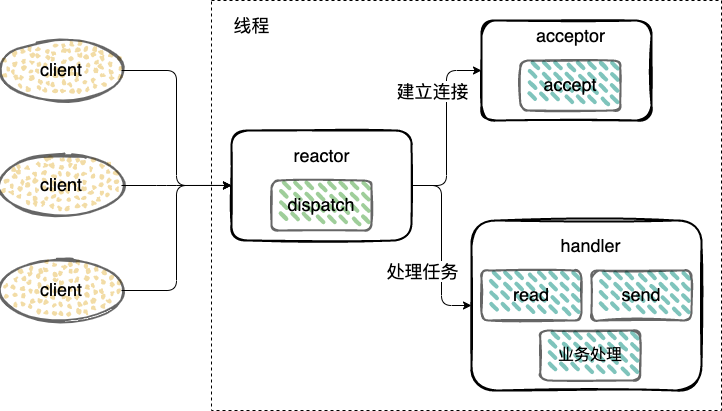
Earlier version of the draw.io export img/redis/redis-reactor-1.png (boilingfrog/Go-POINT). Source tidied: cells renumbered, new cells last; positions are measured from the earlier drawing's top-left corner, leaving out a move shared by most shapes.
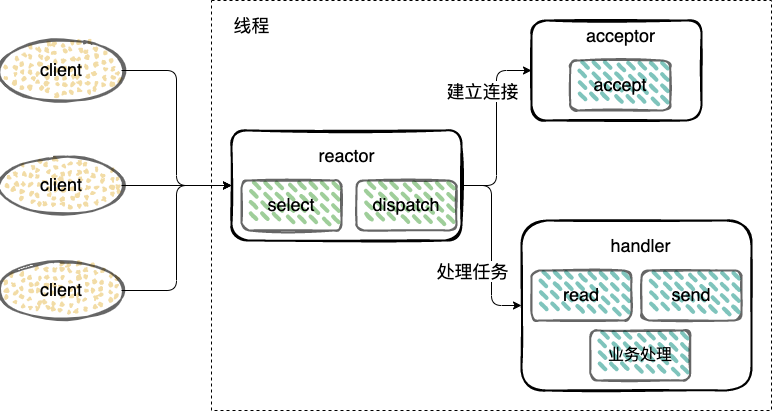
Above is the later version.

Commit message:
feat:redis 中的原子性

The edit, as a diff of the source:
```diff
@@ -3,23 +3,27 @@
     <mxCell id="0" />
     <mxCell id="1" parent="0" />
     <mxCell id="2" style="verticalLabelPosition=bottom;verticalAlign=top;html=1;shape=mxgraph.basic.rect;fillColor2=none;strokeWidth=1;size=20;indent=5;fillColor=none;dashed=1;" parent="1" vertex="1">
-      <mxGeometry x="210" width="510" height="410" as="geometry" />
+      <mxGeometry x="210" width="560" height="410" as="geometry" />
     </mxCell>
     <mxCell id="3" style="edgeStyle=orthogonalEdgeStyle;html=1;entryX=0;entryY=0.5;entryDx=0;entryDy=0;fontSize=18;" parent="1" edge="1" target="8">
       <mxGeometry relative="1" as="geometry">
         <mxPoint x="120" y="70" as="sourcePoint" />
       </mxGeometry>
     </mxCell>
-    <mxCell id="4" style="edgeStyle=orthogonalEdgeStyle;html=1;entryX=0;entryY=0.5;entryDx=0;entryDy=0;fontSize=18;startArrow=none;startFill=0;" parent="1" edge="1" source="8" target="16">
-      <mxGeometry relative="1" as="geometry" />
+    <mxCell id="4" style="edgeStyle=orthogonalEdgeStyle;html=1;entryX=0;entryY=0.5;entryDx=0;entryDy=0;fontSize=18;startArrow=none;startFill=0;" parent="1" edge="1" target="16">
+      <mxGeometry relative="1" as="geometry">
+        <mxPoint x="460" y="185" as="sourcePoint" />
+      </mxGeometry>
     </mxCell>
     <mxCell id="5" value="建立连接" style="edgeLabel;html=1;align=center;verticalAlign=middle;fontSize=18;" parent="4" vertex="1">
       <mxGeometry x="0.16" y="-2" relative="1" as="geometry">
         <mxPoint x="-17" y="-23" as="offset" />
       </mxGeometry>
     </mxCell>
-    <mxCell id="6" style="edgeStyle=orthogonalEdgeStyle;html=1;entryX=0;entryY=0.5;entryDx=0;entryDy=0;fontSize=18;startArrow=none;startFill=0;" parent="1" edge="1" source="8" target="17">
-      <mxGeometry relative="1" as="geometry" />
+    <mxCell id="6" style="edgeStyle=orthogonalEdgeStyle;html=1;entryX=0;entryY=0.5;entryDx=0;entryDy=0;fontSize=18;startArrow=none;startFill=0;" parent="1" edge="1" target="17">
+      <mxGeometry relative="1" as="geometry">
+        <mxPoint x="460" y="185" as="sourcePoint" />
+      </mxGeometry>
     </mxCell>
     <mxCell id="7" value="处理任务" style="edgeLabel;html=1;align=center;verticalAlign=middle;fontSize=18;" parent="6" vertex="1">
       <mxGeometry x="0.3" y="-1" relative="1" as="geometry">
@@ -27,7 +31,7 @@
       </mxGeometry>
     </mxCell>
     <mxCell id="8" style="rounded=1;whiteSpace=wrap;html=1;strokeWidth=2;fillWeight=2;hachureGap=8;hachureAngle=45;fillColor=none;sketch=1;fontSize=16;fillStyle=dots;" parent="1" vertex="1">
-      <mxGeometry x="230" y="130" width="180" height="110" as="geometry" />
+      <mxGeometry x="230" y="130" width="230" height="110" as="geometry" />
     </mxCell>
     <mxCell id="9" style="edgeStyle=orthogonalEdgeStyle;html=1;entryX=0;entryY=0.5;entryDx=0;entryDy=0;fontSize=18;" parent="1" edge="1" target="8">
       <mxGeometry relative="1" as="geometry">
@@ -37,9 +41,9 @@
     <mxCell id="10" value="&lt;font style=&quot;font-size: 18px&quot;&gt;client&lt;/font&gt;" style="ellipse;whiteSpace=wrap;html=1;strokeWidth=2;fillWeight=2;hachureGap=8;fillColor=#E9C46A;fillStyle=dots;sketch=1;fontSize=16;opacity=60;" parent="1" vertex="1">
       <mxGeometry y="40" width="120" height="60" as="geometry" />
     </mxCell>
-    <mxCell id="11" style="edgeStyle=orthogonalEdgeStyle;html=1;entryX=0.039;entryY=0.451;entryDx=0;entryDy=0;entryPerimeter=0;fontSize=18;startArrow=none;startFill=0;" parent="1" edge="1" source="12" target="2">
-      <mxGeometry relative="1" as="geometry" />
-    </mxCell>
+    <mxCell id="25" style="edgeStyle=orthogonalEdgeStyle;html=1;entryX=0;entryY=0.5;entryDx=0;entryDy=0;fontSize=18;startArrow=none;startFill=0;" parent="1" edge="1" source="12" target="8">
+      <mxGeometry relative="1" as="geometry" />
+    </mxCell>
     <mxCell id="12" value="&lt;font style=&quot;font-size: 18px&quot;&gt;client&lt;/font&gt;" style="ellipse;whiteSpace=wrap;html=1;strokeWidth=2;fillWeight=2;hachureGap=8;fillColor=#E9C46A;fillStyle=dots;sketch=1;fontSize=16;opacity=60;" parent="1" vertex="1">
       <mxGeometry y="155" width="120" height="60" as="geometry" />
     </mxCell>
@@ -47,37 +51,40 @@
       <mxGeometry y="260" width="120" height="60" as="geometry" />
     </mxCell>
     <mxCell id="14" value="&lt;font style=&quot;font-size: 18px&quot;&gt;dispatch&lt;/font&gt;" style="rounded=1;whiteSpace=wrap;html=1;fontSize=16;fillColor=#5FAD56;strokeWidth=2;fillWeight=4;hachureGap=8;fillStyle=dashed;sketch=1;hachureAngle=45;opacity=60;" parent="1" vertex="1">
-      <mxGeometry x="270" y="180" width="100" height="50" as="geometry" />
+      <mxGeometry x="355" y="180" width="100" height="50" as="geometry" />
     </mxCell>
     <mxCell id="15" value="reactor" style="text;html=1;align=center;verticalAlign=middle;strokeColor=none;fillColor=none;fontSize=18;" parent="1" vertex="1">
-      <mxGeometry x="285" y="140" width="70" height="30" as="geometry" />
+      <mxGeometry x="310" y="140" width="70" height="30" as="geometry" />
     </mxCell>
     <mxCell id="16" style="rounded=1;whiteSpace=wrap;html=1;strokeWidth=2;fillWeight=2;hachureGap=8;hachureAngle=45;fillColor=none;sketch=1;fontSize=16;fillStyle=dots;" parent="1" vertex="1">
-      <mxGeometry x="480" y="20" width="170" height="100" as="geometry" />
+      <mxGeometry x="530" y="20" width="170" height="100" as="geometry" />
     </mxCell>
     <mxCell id="17" style="rounded=1;whiteSpace=wrap;html=1;strokeWidth=2;fillWeight=2;hachureGap=8;hachureAngle=45;fillColor=none;sketch=1;fontSize=16;fillStyle=dots;" parent="1" vertex="1">
-      <mxGeometry x="470" y="220" width="230" height="170" as="geometry" />
+      <mxGeometry x="520" y="220" width="230" height="170" as="geometry" />
     </mxCell>
     <mxCell id="18" value="&lt;font style=&quot;font-size: 18px&quot;&gt;accept&lt;/font&gt;" style="rounded=1;whiteSpace=wrap;html=1;fontSize=16;fillColor=#2A9D8F;strokeWidth=2;fillWeight=4;hachureGap=8;fillStyle=dashed;sketch=1;hachureAngle=45;opacity=60;" parent="1" vertex="1">
-      <mxGeometry x="518.8" y="60" width="100" height="50" as="geometry" />
+      <mxGeometry x="568.8" y="60" width="100" height="50" as="geometry" />
     </mxCell>
     <mxCell id="19" value="acceptor" style="text;html=1;align=center;verticalAlign=middle;strokeColor=none;fillColor=none;fontSize=18;" parent="1" vertex="1">
-      <mxGeometry x="528.8" y="20" width="80" height="30" as="geometry" />
+      <mxGeometry x="578.8" y="20" width="80" height="30" as="geometry" />
     </mxCell>
     <mxCell id="20" value="handler" style="text;html=1;align=center;verticalAlign=middle;strokeColor=none;fillColor=none;fontSize=18;" parent="1" vertex="1">
-      <mxGeometry x="548.8" y="230" width="80" height="30" as="geometry" />
+      <mxGeometry x="598.8" y="230" width="80" height="30" as="geometry" />
     </mxCell>
     <mxCell id="21" value="&lt;font style=&quot;font-size: 18px&quot;&gt;read&lt;/font&gt;" style="rounded=1;whiteSpace=wrap;html=1;fontSize=16;fillColor=#2A9D8F;strokeWidth=2;fillWeight=4;hachureGap=8;fillStyle=dashed;sketch=1;hachureAngle=45;opacity=60;" parent="1" vertex="1">
-      <mxGeometry x="480" y="270" width="100" height="50" as="geometry" />
+      <mxGeometry x="530" y="270" width="100" height="50" as="geometry" />
     </mxCell>
     <mxCell id="22" value="业务处理" style="rounded=1;whiteSpace=wrap;html=1;fontSize=16;fillColor=#2A9D8F;strokeWidth=2;fillWeight=4;hachureGap=8;fillStyle=dashed;sketch=1;hachureAngle=45;opacity=60;" parent="1" vertex="1">
-      <mxGeometry x="538.8" y="330" width="100" height="50" as="geometry" />
+      <mxGeometry x="588.8" y="330" width="100" height="50" as="geometry" />
     </mxCell>
     <mxCell id="23" value="&lt;font style=&quot;font-size: 18px&quot;&gt;send&lt;/font&gt;" style="rounded=1;whiteSpace=wrap;html=1;fontSize=16;fillColor=#2A9D8F;strokeWidth=2;fillWeight=4;hachureGap=8;fillStyle=dashed;sketch=1;hachureAngle=45;opacity=60;" parent="1" vertex="1">
-      <mxGeometry x="590" y="270" width="100" height="50" as="geometry" />
+      <mxGeometry x="640" y="270" width="100" height="50" as="geometry" />
     </mxCell>
     <mxCell id="24" value="线程" style="text;html=1;align=center;verticalAlign=middle;strokeColor=none;fillColor=none;fontSize=18;" parent="1" vertex="1">
       <mxGeometry x="225" y="10" width="50" height="30" as="geometry" />
     </mxCell>
+    <mxCell id="26" value="&lt;font style=&quot;font-size: 18px&quot;&gt;select&lt;/font&gt;" style="rounded=1;whiteSpace=wrap;html=1;fontSize=16;fillColor=#5FAD56;strokeWidth=2;fillWeight=4;hachureGap=8;fillStyle=dashed;sketch=1;hachureAngle=45;opacity=60;" parent="1" vertex="1">
+      <mxGeometry x="240" y="180" width="100" height="50" as="geometry" />
+    </mxCell>
   </root>
 </mxGraphModel>
```
